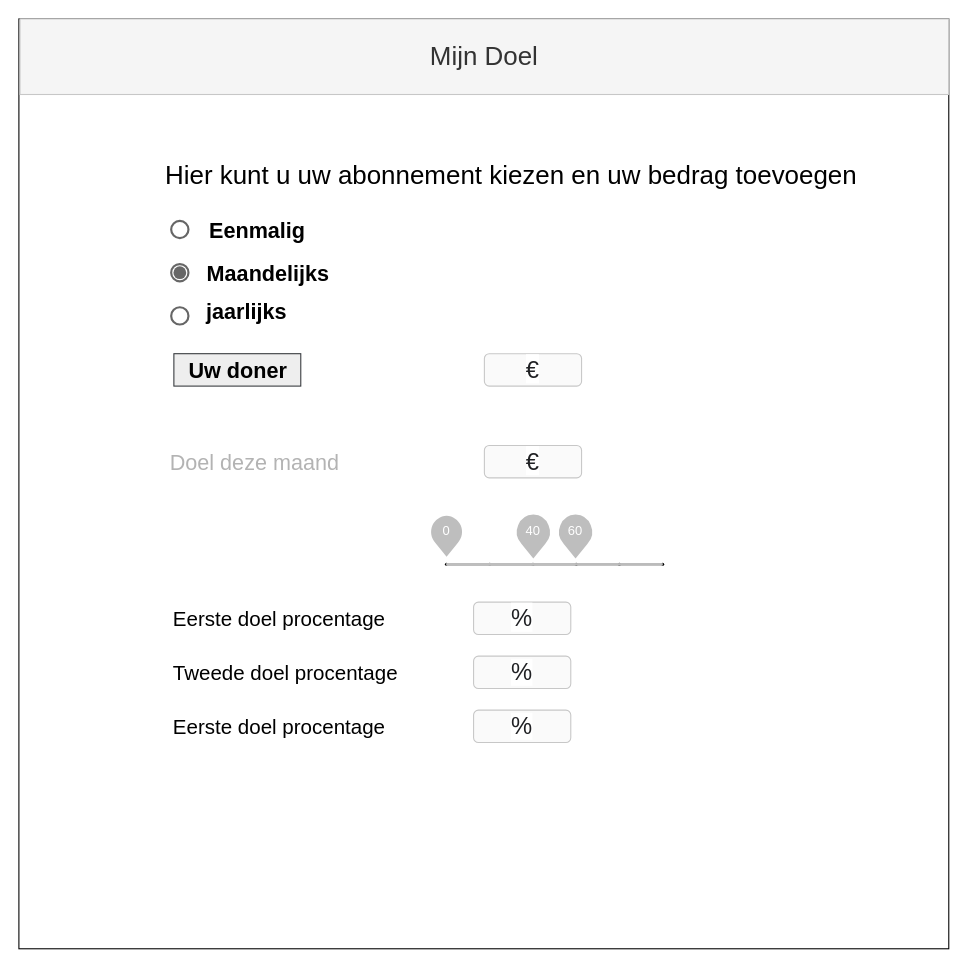
Before: page "Mijn Doel" (4 of 6) of Untitled Diagram.drawio in shafea87/mijnProject, a draw.io diagram. Source tidied: cells renumbered, new cells numbered last; positions are measured from the earlier drawing's top-left corner, leaving out a move shared by most shapes. Both pictures are drawn from the tidied source at 108%, with x=0, y=0 at pixel (18, 18).
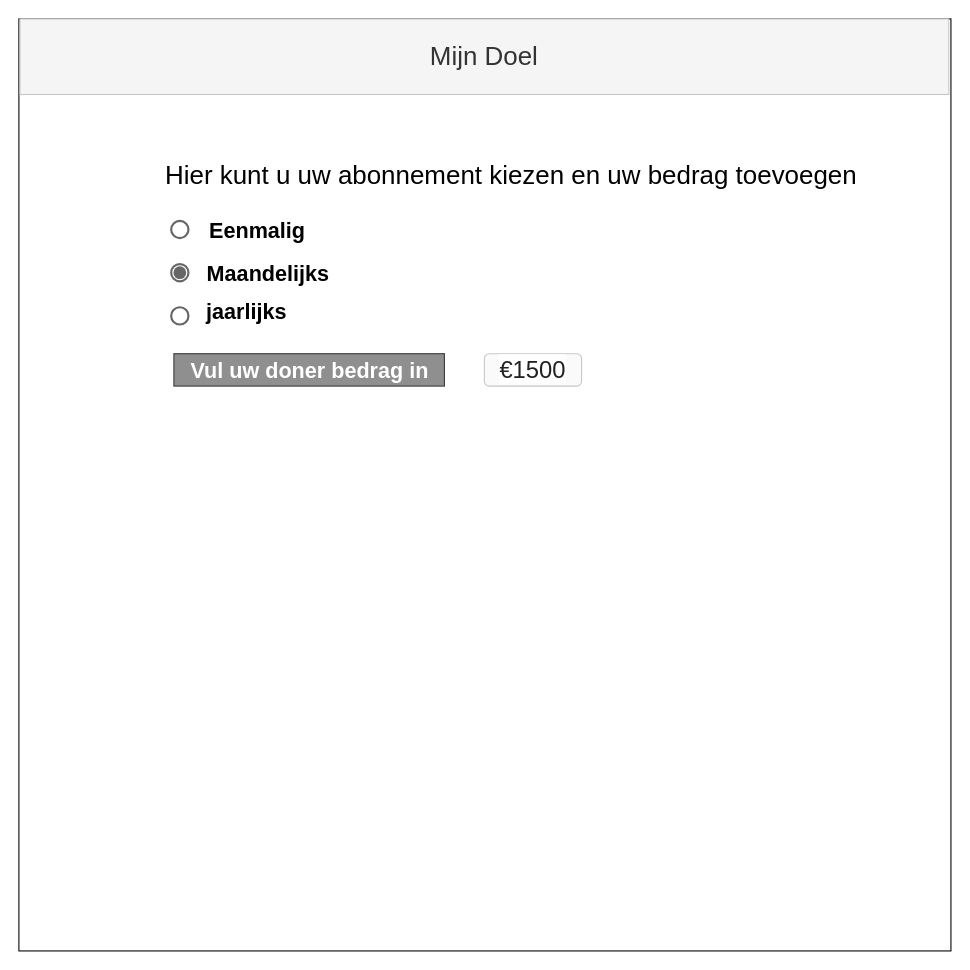
The same diagram, later.

Change to the diagram source:
```diff
@@
     <mxCell id="2" style="whiteSpace=wrap;html=1;strokeWidth=1;" parent="1" vertex="1">
-      <mxGeometry width="861" height="861" as="geometry" />
+      <mxGeometry width="863" height="863" as="geometry" />
     </mxCell>
@@
-    <mxCell id="4" value="Doel deze maand" style="text;html=1;strokeColor=none;fillColor=none;align=center;verticalAlign=middle;whiteSpace=wrap;rounded=0;fontSize=20;fontColor=#B3B3B3;" parent="1" vertex="1">
-      <mxGeometry x="131" y="395" width="175" height="30" as="geometry" />
-    </mxCell>
-    <mxCell id="5" value="&lt;span style=&quot;color: rgb(32 , 33 , 36) ; font-family: &amp;#34;google sans&amp;#34; , &amp;#34;arial&amp;#34; , sans-serif ; background-color: rgb(255 , 255 , 255)&quot;&gt;&lt;font style=&quot;font-size: 22px&quot;&gt;€&lt;/font&gt;&lt;/span&gt;" style="rounded=1;whiteSpace=wrap;html=1;fontSize=24;fontColor=#000000;strokeColor=#C7C7C7;strokeWidth=1;fillColor=#FAFAFA;align=center;" parent="1" vertex="1">
-      <mxGeometry x="431" y="395" width="90" height="30" as="geometry" />
-    </mxCell>
-    <mxCell id="6" value="&lt;font style=&quot;font-size: 19px&quot;&gt;Eerste doel procentage&lt;/font&gt;" style="text;html=1;strokeColor=none;fillColor=none;align=left;verticalAlign=middle;whiteSpace=wrap;rounded=0;fontSize=24;fontColor=#000000;" parent="1" vertex="1">
-      <mxGeometry x="141" y="540" width="210" height="30" as="geometry" />
-    </mxCell>
-    <mxCell id="7" value="&lt;span style=&quot;color: rgb(32 , 33 , 36) ; font-family: &amp;#34;google sans&amp;#34; , &amp;#34;arial&amp;#34; , sans-serif ; background-color: rgb(255 , 255 , 255)&quot;&gt;&lt;font style=&quot;font-size: 22px&quot;&gt;%&lt;/font&gt;&lt;/span&gt;" style="rounded=1;whiteSpace=wrap;html=1;fontSize=24;fontColor=#000000;strokeColor=#C7C7C7;strokeWidth=1;fillColor=#FAFAFA;align=center;" parent="1" vertex="1">
-      <mxGeometry x="421" y="540" width="90" height="30" as="geometry" />
-    </mxCell>
-    <mxCell id="8" value="&lt;font style=&quot;font-size: 19px&quot;&gt;Tweede doel procentage&lt;/font&gt;" style="text;html=1;strokeColor=none;fillColor=none;align=left;verticalAlign=middle;whiteSpace=wrap;rounded=0;fontSize=24;fontColor=#000000;" parent="1" vertex="1">
-      <mxGeometry x="141" y="590" width="220" height="30" as="geometry" />
-    </mxCell>
-    <mxCell id="9" value="&lt;font style=&quot;font-size: 19px&quot;&gt;Eerste doel procentage&lt;/font&gt;" style="text;html=1;strokeColor=none;fillColor=none;align=left;verticalAlign=middle;whiteSpace=wrap;rounded=0;fontSize=24;fontColor=#000000;" parent="1" vertex="1">
-      <mxGeometry x="141" y="640" width="210" height="30" as="geometry" />
-    </mxCell>
-    <mxCell id="10" value="&lt;font color=&quot;#202124&quot; face=&quot;google sans, arial, sans-serif&quot;&gt;&lt;span style=&quot;font-size: 22px ; background-color: rgb(255 , 255 , 255)&quot;&gt;%&lt;/span&gt;&lt;/font&gt;" style="rounded=1;whiteSpace=wrap;html=1;fontSize=24;fontColor=#000000;strokeColor=#C7C7C7;strokeWidth=1;fillColor=#FAFAFA;align=center;" parent="1" vertex="1">
-      <mxGeometry x="421" y="590" width="90" height="30" as="geometry" />
-    </mxCell>
-    <mxCell id="11" value="&lt;font color=&quot;#202124&quot; face=&quot;google sans, arial, sans-serif&quot;&gt;&lt;span style=&quot;font-size: 22px ; background-color: rgb(255 , 255 , 255)&quot;&gt;%&lt;/span&gt;&lt;/font&gt;" style="rounded=1;whiteSpace=wrap;html=1;fontSize=24;fontColor=#000000;strokeColor=#C7C7C7;strokeWidth=1;fillColor=#FAFAFA;align=center;" parent="1" vertex="1">
-      <mxGeometry x="421" y="640" width="90" height="30" as="geometry" />
-    </mxCell>
-    <mxCell id="12" style="dashed=0;verticalLabelPosition=bottom;verticalAlign=top;align=center;shape=mxgraph.gmdl.sliderDiscreteDots;barPos=0;bright=1;strokeColor=#0F9D58;opacity=100;strokeWidth=2;fillColor=#0F9D58;handleSize=10;shadow=0;fontSize=12;fontColor=#ffffff;" parent="1" vertex="1">
-      <mxGeometry x="396" y="460" width="200" height="45" as="geometry" />
-    </mxCell>
-    <mxCell id="13" style="dashed=0;verticalLabelPosition=bottom;verticalAlign=top;align=center;shape=mxgraph.gmdl.sliderDiscrete;barPos=40.17;strokeColor=#BEBEBE;opacity=100;strokeWidth=2;fillColor=#BEBEBE;handleSize=10;shadow=0;fontSize=12;fontColor=#ffffff;" parent="1" vertex="1">
-      <mxGeometry x="396" y="460" width="200" height="45" as="geometry" />
-    </mxCell>
-    <mxCell id="14" style="dashed=0;verticalLabelPosition=bottom;verticalAlign=top;align=center;shape=mxgraph.gmdl.sliderDiscrete;barPos=59.72;strokeColor=#BEBEBE;opacity=100;strokeWidth=2;fillColor=#BEBEBE;handleSize=10;shadow=0;fontSize=12;fontColor=#ffffff;" parent="1" vertex="1">
-      <mxGeometry x="396" y="460" width="200" height="45" as="geometry" />
-    </mxCell>
@@
-    <mxCell id="22" value="Uw doner" style="text;html=1;strokeColor=#36393d;fillColor=#eeeeee;align=center;verticalAlign=middle;whiteSpace=wrap;rounded=0;fontSize=20;fontStyle=1;" parent="1" vertex="1">
-      <mxGeometry x="143.5" y="310" width="117.5" height="30" as="geometry" />
+    <mxCell id="22" value="Vul uw doner bedrag in" style="text;html=1;strokeColor=#36393d;fillColor=#8F8F8F;align=center;verticalAlign=middle;whiteSpace=wrap;rounded=0;fontSize=20;fontStyle=1;fontColor=#FFFFFF;" parent="1" vertex="1">
+      <mxGeometry x="143.5" y="310" width="250.5" height="30" as="geometry" />
     </mxCell>
-    <mxCell id="23" value="&lt;span style=&quot;color: rgb(32 , 33 , 36) ; font-family: &amp;#34;google sans&amp;#34; , &amp;#34;arial&amp;#34; , sans-serif ; background-color: rgb(255 , 255 , 255)&quot;&gt;&lt;font style=&quot;font-size: 22px&quot;&gt;€&lt;/font&gt;&lt;/span&gt;" style="rounded=1;whiteSpace=wrap;html=1;fontSize=24;fontColor=#000000;strokeColor=#C7C7C7;strokeWidth=1;fillColor=#FAFAFA;align=center;" parent="1" vertex="1">
+    <mxCell id="23" value="&lt;span style=&quot;color: rgb(32 , 33 , 36) ; font-family: &amp;#34;google sans&amp;#34; , &amp;#34;arial&amp;#34; , sans-serif ; background-color: rgb(255 , 255 , 255)&quot;&gt;&lt;font style=&quot;font-size: 22px&quot;&gt;€1500&lt;/font&gt;&lt;/span&gt;" style="rounded=1;whiteSpace=wrap;html=1;fontSize=24;fontColor=#000000;strokeColor=#C7C7C7;strokeWidth=1;fillColor=#FAFAFA;align=center;" parent="1" vertex="1">
       <mxGeometry x="431" y="310" width="90" height="30" as="geometry" />
     </mxCell>
```
